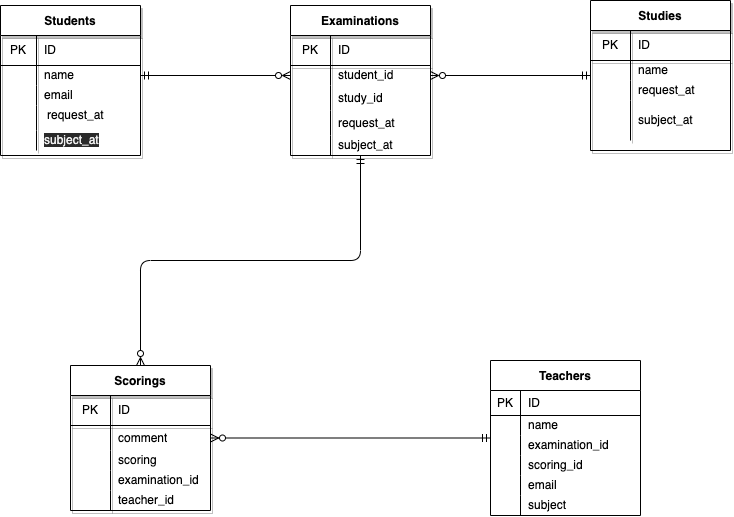
This is index.drawio.png from yuya1228/Database, a draw.io export, as it was before one commit. Source tidied: cells renumbered, new cells last; positions are measured from the earlier drawing's top-left corner, leaving out a move shared by most shapes.
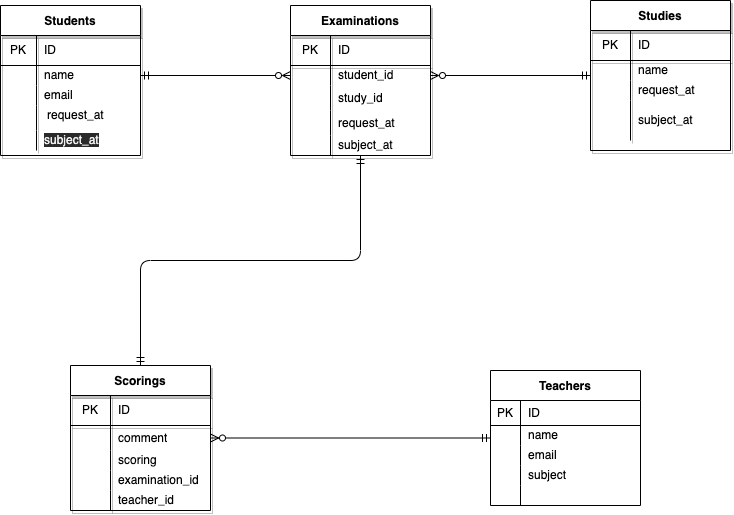
The same diagram one commit later.

Commit message:
データベース設計演習問題

What changed in the source:
```diff
@@ -6,7 +6,7 @@
       <mxGeometry relative="1" as="geometry" />
     </mxCell>
     <mxCell id="3" value="Teachers" style="shape=table;startSize=30;rowLines=0;fontStyle=1;align=center;" parent="1" vertex="1">
-      <mxGeometry x="490" y="360" width="150" height="155" as="geometry" />
+      <mxGeometry x="490" y="370" width="150" height="135" as="geometry" />
     </mxCell>
     <mxCell id="4" style="shape=partialRectangle;html=1;whiteSpace=wrap;fillColor=none;top=0;left=0;bottom=1;right=0;" parent="3" vertex="1">
       <mxGeometry y="30" width="150" height="25" as="geometry" />
@@ -32,7 +32,7 @@
     <mxCell id="11" style="shape=partialRectangle;html=1;whiteSpace=wrap;fillColor=none;top=0;left=0;bottom=0;right=0;overflow=hidden;" parent="10" vertex="1">
       <mxGeometry width="30" height="20" as="geometry" />
     </mxCell>
-    <mxCell id="12" value="examination_id" style="shape=partialRectangle;html=1;whiteSpace=wrap;fillColor=none;top=0;left=0;bottom=0;right=0;align=left;spacingLeft=6;overflow=hidden;" parent="10" vertex="1">
+    <mxCell id="12" value="email" style="shape=partialRectangle;html=1;whiteSpace=wrap;fillColor=none;top=0;left=0;bottom=0;right=0;align=left;spacingLeft=6;overflow=hidden;" parent="10" vertex="1">
       <mxGeometry x="30" width="120" height="20" as="geometry" />
     </mxCell>
     <mxCell id="13" style="shape=partialRectangle;html=1;whiteSpace=wrap;fillColor=none;top=0;left=0;bottom=0;right=0;" parent="3" vertex="1">
@@ -41,7 +41,7 @@
     <mxCell id="14" style="shape=partialRectangle;html=1;whiteSpace=wrap;fillColor=none;top=0;left=0;bottom=0;right=0;overflow=hidden;" parent="13" vertex="1">
       <mxGeometry width="30" height="20" as="geometry" />
     </mxCell>
-    <mxCell id="15" value="scoring_id" style="shape=partialRectangle;html=1;whiteSpace=wrap;fillColor=none;top=0;left=0;bottom=0;right=0;align=left;spacingLeft=6;overflow=hidden;" parent="13" vertex="1">
+    <mxCell id="15" value="subject" style="shape=partialRectangle;html=1;whiteSpace=wrap;fillColor=none;top=0;left=0;bottom=0;right=0;align=left;spacingLeft=6;overflow=hidden;" parent="13" vertex="1">
       <mxGeometry x="30" width="120" height="20" as="geometry" />
     </mxCell>
     <mxCell id="16" style="shape=partialRectangle;html=1;whiteSpace=wrap;fillColor=none;top=0;left=0;bottom=0;right=0;" parent="3" vertex="1">
@@ -50,18 +50,9 @@
     <mxCell id="17" style="shape=partialRectangle;html=1;whiteSpace=wrap;fillColor=none;top=0;left=0;bottom=0;right=0;overflow=hidden;" parent="16" vertex="1">
       <mxGeometry width="30" height="20" as="geometry" />
     </mxCell>
-    <mxCell id="18" value="&lt;span&gt;email&lt;/span&gt;" style="shape=partialRectangle;html=1;whiteSpace=wrap;fillColor=none;top=0;left=0;bottom=0;right=0;align=left;spacingLeft=6;overflow=hidden;" parent="16" vertex="1">
+    <mxCell id="18" style="shape=partialRectangle;html=1;whiteSpace=wrap;fillColor=none;top=0;left=0;bottom=0;right=0;align=left;spacingLeft=6;overflow=hidden;" parent="16" vertex="1">
       <mxGeometry x="30" width="120" height="20" as="geometry" />
     </mxCell>
-    <mxCell id="19" style="shape=partialRectangle;html=1;whiteSpace=wrap;fillColor=none;top=0;left=0;bottom=0;right=0;" parent="3" vertex="1">
-      <mxGeometry y="135" width="150" height="20" as="geometry" />
-    </mxCell>
-    <mxCell id="20" style="shape=partialRectangle;html=1;whiteSpace=wrap;fillColor=none;top=0;left=0;bottom=0;right=0;overflow=hidden;" parent="19" vertex="1">
-      <mxGeometry width="30" height="20" as="geometry" />
-    </mxCell>
-    <mxCell id="21" value="&lt;span&gt;subject&lt;/span&gt;" style="shape=partialRectangle;html=1;whiteSpace=wrap;fillColor=none;top=0;left=0;bottom=0;right=0;align=left;spacingLeft=6;overflow=hidden;" parent="19" vertex="1">
-      <mxGeometry x="30" width="120" height="20" as="geometry" />
-    </mxCell>
     <mxCell id="22" value="Students" style="shape=table;startSize=30;rowLines=0;fontStyle=1;align=center;shadow=1;" parent="1" vertex="1">
       <mxGeometry y="5" width="140" height="150" as="geometry" />
     </mxCell>
@@ -155,7 +146,7 @@
     <mxCell id="52" value="request_at" style="shape=partialRectangle;html=1;whiteSpace=wrap;fillColor=none;top=0;left=0;bottom=0;right=0;align=left;spacingLeft=6;overflow=hidden;" parent="1" vertex="1">
       <mxGeometry x="39" y="105" width="111" height="20" as="geometry" />
     </mxCell>
-    <mxCell id="53" style="edgeStyle=elbowEdgeStyle;elbow=vertical;html=1;startArrow=ERmandOne;startFill=0;endArrow=ERzeroToMany;endFill=0;" parent="1" edge="1" source="54" target="70">
+    <mxCell id="53" style="edgeStyle=elbowEdgeStyle;elbow=vertical;html=1;startArrow=ERmandOne;startFill=0;endArrow=ERmandOne;endFill=0;" parent="1" edge="1" source="54" target="70">
       <mxGeometry relative="1" as="geometry" />
     </mxCell>
     <mxCell id="54" value="Examinations" style="shape=table;startSize=30;rowLines=0;fontStyle=1;align=center;shadow=1;" parent="1" vertex="1">
```
